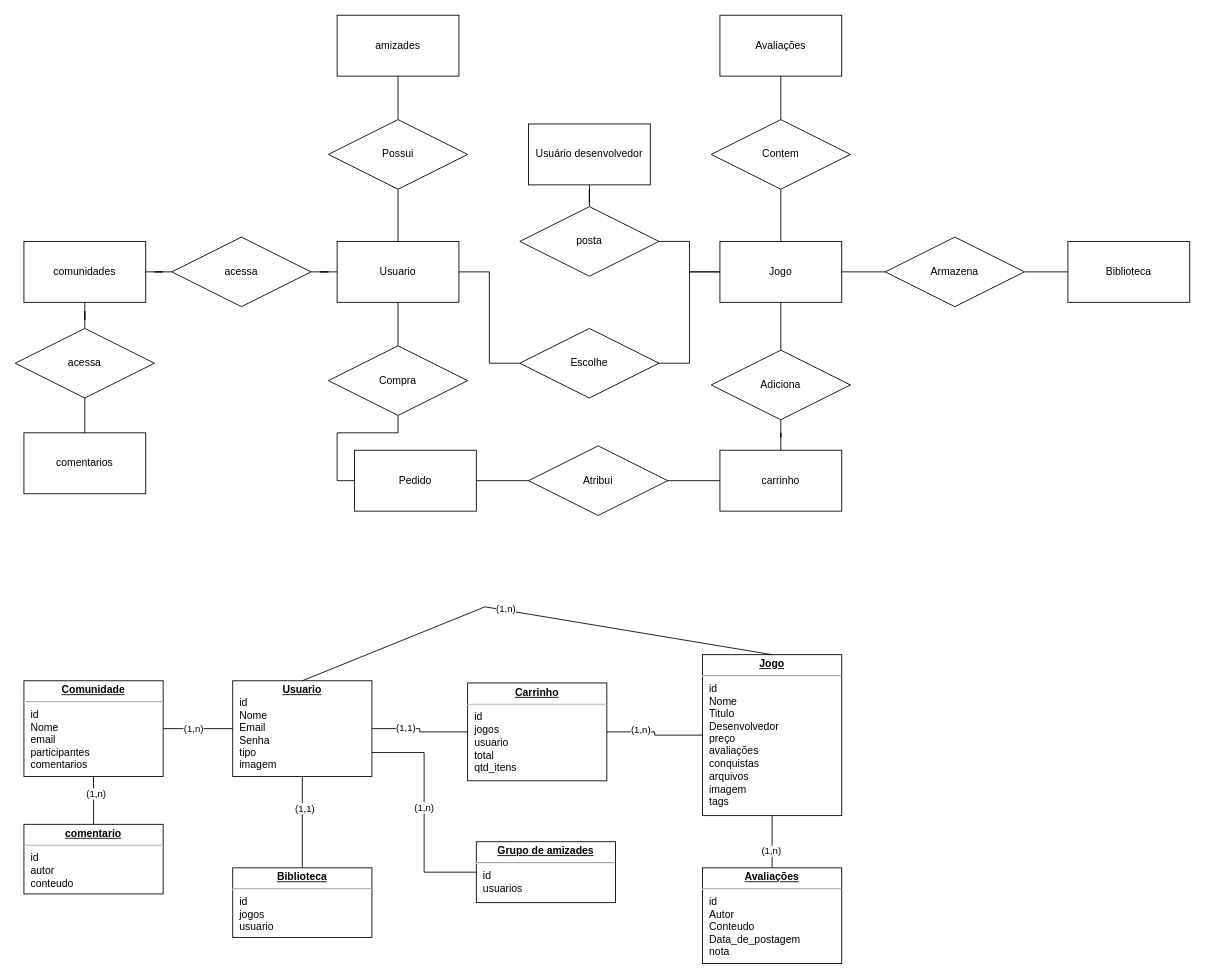
Above: server/nerd_db.drawio in retr0lbb/N.E.R.D (draw.io), before the change. Source tidied: cells renumbered, new cells numbered last; positions are measured from the earlier drawing's top-left corner, leaving out a move shared by most shapes. Both pictures are drawn from the tidied source at 87%, with x=0, y=0 at pixel (15, 15).
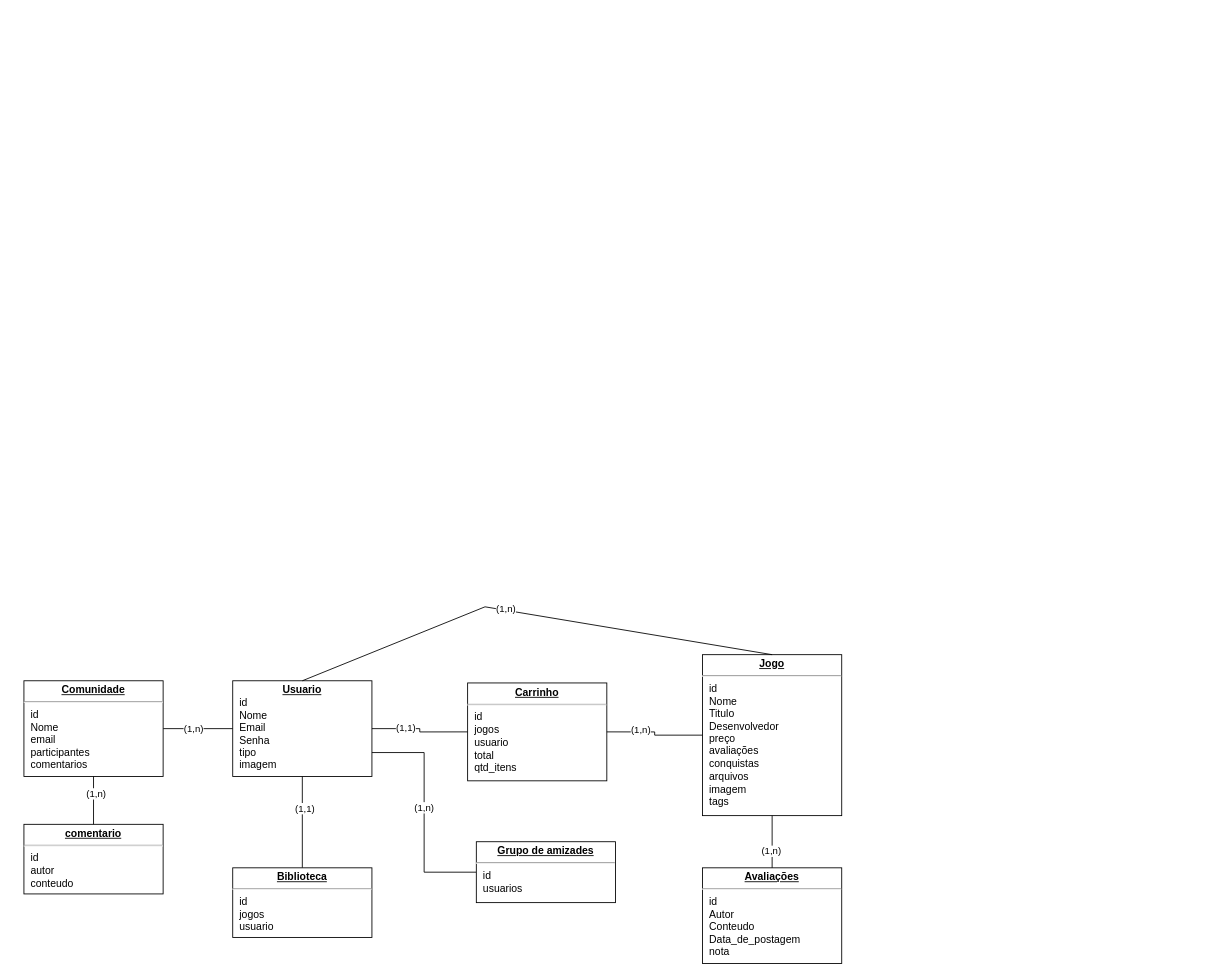
After the change.

The edit, as a diff of the source:
```diff
@@
-    <mxCell id="2" style="edgeStyle=orthogonalEdgeStyle;rounded=0;jettySize=auto;html=1;entryX=0;entryY=0.5;entryDx=0;entryDy=0;endArrow=none;endFill=0;" parent="1" edge="1" source="3" target="12">
-      <mxGeometry relative="1" as="geometry" />
-    </mxCell>
-    <mxCell id="3" value="Usuario" style="rounded=0;whiteSpace=wrap;html=1;" parent="1" vertex="1">
-      <mxGeometry x="370" y="260" width="140" height="70" as="geometry" />
-    </mxCell>
-    <mxCell id="4" value="Jogo" style="rounded=0;whiteSpace=wrap;html=1;" parent="1" vertex="1">
-      <mxGeometry x="810" y="260" width="140" height="70" as="geometry" />
-    </mxCell>
-    <mxCell id="5" value="Biblioteca" style="rounded=0;whiteSpace=wrap;html=1;" parent="1" vertex="1">
-      <mxGeometry x="1210" y="260" width="140" height="70" as="geometry" />
-    </mxCell>
-    <mxCell id="6" value="carrinho" style="rounded=0;whiteSpace=wrap;html=1;" parent="1" vertex="1">
-      <mxGeometry x="810" y="500" width="140" height="70" as="geometry" />
-    </mxCell>
-    <mxCell id="7" value="amizades" style="rounded=0;whiteSpace=wrap;html=1;" parent="1" vertex="1">
-      <mxGeometry x="370" width="140" height="70" as="geometry" />
-    </mxCell>
-    <mxCell id="8" value="comunidades" style="rounded=0;whiteSpace=wrap;html=1;" parent="1" vertex="1">
-      <mxGeometry x="10" y="260" width="140" height="70" as="geometry" />
-    </mxCell>
-    <mxCell id="9" value="comentarios" style="rounded=0;whiteSpace=wrap;html=1;" parent="1" vertex="1">
-      <mxGeometry x="10" y="480" width="140" height="70" as="geometry" />
-    </mxCell>
-    <mxCell id="10" value="Avaliações" style="rounded=0;whiteSpace=wrap;html=1;" parent="1" vertex="1">
-      <mxGeometry x="810" width="140" height="70" as="geometry" />
-    </mxCell>
-    <mxCell id="11" style="edgeStyle=orthogonalEdgeStyle;rounded=0;jettySize=auto;html=1;entryX=0;entryY=0.5;entryDx=0;entryDy=0;endArrow=none;endFill=0;" parent="1" edge="1" source="12" target="4">
-      <mxGeometry relative="1" as="geometry" />
-    </mxCell>
-    <mxCell id="12" value="Escolhe" style="rhombus;whiteSpace=wrap;html=1;" parent="1" vertex="1">
-      <mxGeometry x="580" y="360" width="160" height="80" as="geometry" />
-    </mxCell>
-    <mxCell id="13" value="Usuário desenvolvedor" style="rounded=0;whiteSpace=wrap;html=1;" parent="1" vertex="1">
-      <mxGeometry x="590" y="125" width="140" height="70" as="geometry" />
-    </mxCell>
-    <mxCell id="14" style="edgeStyle=orthogonalEdgeStyle;rounded=0;jettySize=auto;html=1;entryX=0.5;entryY=1;entryDx=0;entryDy=0;endArrow=none;endFill=0;" parent="1" edge="1" source="16" target="4">
-      <mxGeometry relative="1" as="geometry" />
-    </mxCell>
-    <mxCell id="15" style="edgeStyle=orthogonalEdgeStyle;rounded=0;jettySize=auto;html=1;endArrow=none;endFill=0;" parent="1" edge="1" source="16" target="6">
-      <mxGeometry relative="1" as="geometry" />
-    </mxCell>
-    <mxCell id="16" value="Adiciona" style="rhombus;whiteSpace=wrap;html=1;" parent="1" vertex="1">
-      <mxGeometry x="800" y="385" width="160" height="80" as="geometry" />
-    </mxCell>
-    <mxCell id="17" style="edgeStyle=orthogonalEdgeStyle;rounded=0;jettySize=auto;html=1;entryX=0.5;entryY=1;entryDx=0;entryDy=0;endArrow=none;endFill=0;" parent="1" edge="1" source="19" target="3">
-      <mxGeometry relative="1" as="geometry" />
-    </mxCell>
-    <mxCell id="18" style="edgeStyle=orthogonalEdgeStyle;rounded=0;jettySize=auto;html=1;entryX=0;entryY=0.5;entryDx=0;entryDy=0;endArrow=none;endFill=0;" parent="1" edge="1" source="19" target="21">
-      <mxGeometry relative="1" as="geometry" />
-    </mxCell>
-    <mxCell id="19" value="Compra" style="rhombus;whiteSpace=wrap;html=1;" parent="1" vertex="1">
-      <mxGeometry x="360" y="380" width="160" height="80" as="geometry" />
-    </mxCell>
-    <mxCell id="20" style="edgeStyle=orthogonalEdgeStyle;rounded=0;jettySize=auto;html=1;entryX=0;entryY=0.5;entryDx=0;entryDy=0;endArrow=none;endFill=0;" parent="1" edge="1" source="21" target="23">
-      <mxGeometry relative="1" as="geometry" />
-    </mxCell>
-    <mxCell id="21" value="Pedido" style="rounded=0;whiteSpace=wrap;html=1;" parent="1" vertex="1">
-      <mxGeometry x="390" y="500" width="140" height="70" as="geometry" />
-    </mxCell>
-    <mxCell id="22" style="edgeStyle=orthogonalEdgeStyle;rounded=0;jettySize=auto;html=1;entryX=0;entryY=0.5;entryDx=0;entryDy=0;endArrow=none;endFill=0;" parent="1" edge="1" source="23" target="6">
-      <mxGeometry relative="1" as="geometry" />
-    </mxCell>
-    <mxCell id="23" value="Atribui" style="rhombus;whiteSpace=wrap;html=1;" parent="1" vertex="1">
-      <mxGeometry x="590" y="495" width="160" height="80" as="geometry" />
-    </mxCell>
-    <mxCell id="24" style="edgeStyle=orthogonalEdgeStyle;rounded=0;jettySize=auto;html=1;entryX=1;entryY=0.5;entryDx=0;entryDy=0;endArrow=none;endFill=0;" parent="1" edge="1" source="26" target="4">
-      <mxGeometry relative="1" as="geometry" />
-    </mxCell>
-    <mxCell id="25" style="edgeStyle=orthogonalEdgeStyle;rounded=0;jettySize=auto;html=1;entryX=0;entryY=0.5;entryDx=0;entryDy=0;endArrow=none;endFill=0;" parent="1" edge="1" source="26" target="5">
-      <mxGeometry relative="1" as="geometry" />
-    </mxCell>
-    <mxCell id="26" value="Armazena" style="rhombus;whiteSpace=wrap;html=1;" parent="1" vertex="1">
-      <mxGeometry x="1000" y="255" width="160" height="80" as="geometry" />
-    </mxCell>
-    <mxCell id="27" style="edgeStyle=orthogonalEdgeStyle;rounded=0;jettySize=auto;html=1;entryX=0.5;entryY=1;entryDx=0;entryDy=0;endArrow=none;endFill=0;" parent="1" edge="1" source="29" target="10">
-      <mxGeometry relative="1" as="geometry" />
-    </mxCell>
-    <mxCell id="28" style="edgeStyle=orthogonalEdgeStyle;rounded=0;jettySize=auto;html=1;endArrow=none;endFill=0;" parent="1" edge="1" source="29" target="4">
-      <mxGeometry relative="1" as="geometry" />
-    </mxCell>
-    <mxCell id="29" value="Contem" style="rhombus;whiteSpace=wrap;html=1;" parent="1" vertex="1">
-      <mxGeometry x="800" y="120" width="160" height="80" as="geometry" />
-    </mxCell>
-    <mxCell id="30" style="edgeStyle=orthogonalEdgeStyle;rounded=0;jettySize=auto;html=1;entryX=0.5;entryY=1;entryDx=0;entryDy=0;endArrow=none;endFill=0;" parent="1" edge="1" source="32" target="7">
-      <mxGeometry relative="1" as="geometry" />
-    </mxCell>
-    <mxCell id="31" style="edgeStyle=orthogonalEdgeStyle;rounded=0;jettySize=auto;html=1;endArrow=none;endFill=0;" parent="1" edge="1" source="32" target="3">
-      <mxGeometry relative="1" as="geometry" />
-    </mxCell>
-    <mxCell id="32" value="Possui" style="rhombus;whiteSpace=wrap;html=1;" parent="1" vertex="1">
-      <mxGeometry x="360" y="120" width="160" height="80" as="geometry" />
-    </mxCell>
-    <mxCell id="33" style="edgeStyle=orthogonalEdgeStyle;rounded=0;jettySize=auto;html=1;entryX=0.5;entryY=1;entryDx=0;entryDy=0;endArrow=none;endFill=0;" parent="1" edge="1" source="35" target="13">
-      <mxGeometry relative="1" as="geometry" />
-    </mxCell>
-    <mxCell id="34" style="edgeStyle=orthogonalEdgeStyle;rounded=0;jettySize=auto;html=1;entryX=0;entryY=0.5;entryDx=0;entryDy=0;endArrow=none;endFill=0;" parent="1" edge="1" source="35" target="4">
-      <mxGeometry relative="1" as="geometry" />
-    </mxCell>
-    <mxCell id="35" value="posta" style="rhombus;whiteSpace=wrap;html=1;" parent="1" vertex="1">
-      <mxGeometry x="580" y="220" width="160" height="80" as="geometry" />
-    </mxCell>
-    <mxCell id="36" style="edgeStyle=orthogonalEdgeStyle;rounded=0;jettySize=auto;html=1;entryX=1;entryY=0.5;entryDx=0;entryDy=0;endArrow=none;endFill=0;" parent="1" edge="1" source="38" target="8">
-      <mxGeometry relative="1" as="geometry" />
-    </mxCell>
-    <mxCell id="37" style="edgeStyle=orthogonalEdgeStyle;rounded=0;jettySize=auto;html=1;endArrow=none;endFill=0;" parent="1" edge="1" source="38" target="3">
-      <mxGeometry relative="1" as="geometry" />
-    </mxCell>
-    <mxCell id="38" value="acessa" style="rhombus;whiteSpace=wrap;html=1;" parent="1" vertex="1">
-      <mxGeometry x="180" y="255" width="160" height="80" as="geometry" />
-    </mxCell>
-    <mxCell id="39" style="edgeStyle=orthogonalEdgeStyle;rounded=0;jettySize=auto;html=1;entryX=0.5;entryY=1;entryDx=0;entryDy=0;endArrow=none;endFill=0;" parent="1" edge="1" source="41" target="8">
-      <mxGeometry relative="1" as="geometry" />
-    </mxCell>
-    <mxCell id="40" style="edgeStyle=orthogonalEdgeStyle;rounded=0;jettySize=auto;html=1;entryX=0.5;entryY=0;entryDx=0;entryDy=0;endArrow=none;endFill=0;" parent="1" edge="1" source="41" target="9">
-      <mxGeometry relative="1" as="geometry" />
-    </mxCell>
-    <mxCell id="41" value="acessa" style="rhombus;whiteSpace=wrap;html=1;" parent="1" vertex="1">
-      <mxGeometry y="360" width="160" height="80" as="geometry" />
-    </mxCell>
```
